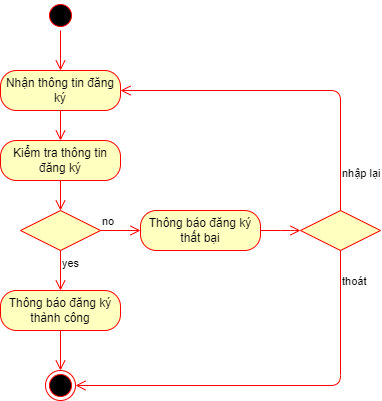
The draw.io diagram DA_II/drawio/activity/logup.png in toroieno/HUST, before a commit. Source tidied: cells renumbered, new cells last; positions are measured from the earlier drawing's top-left corner, leaving out a move shared by most shapes.
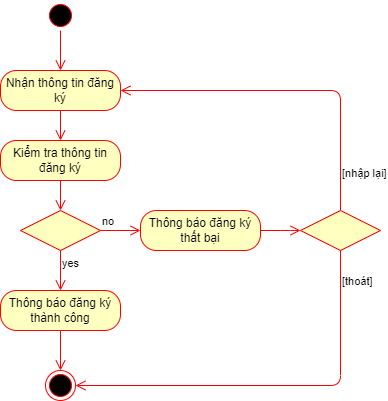
The same file after the commit.

Change to the diagram source:
```diff
@@ -52,14 +52,14 @@
     <mxCell id="16" style="rhombus;whiteSpace=wrap;html=1;fillColor=#ffffc0;strokeColor=#ff0000;" parent="1" vertex="1">
       <mxGeometry x="300" y="210" width="80" height="40" as="geometry" />
     </mxCell>
-    <mxCell id="17" value="thoát" style="edgeStyle=orthogonalEdgeStyle;html=1;align=left;verticalAlign=bottom;endArrow=open;endSize=8;strokeColor=#ff0000;entryX=1;entryY=0.5;entryDx=0;entryDy=0;" parent="1" edge="1" source="16" target="4">
+    <mxCell id="17" value="[thoát]" style="edgeStyle=orthogonalEdgeStyle;html=1;align=left;verticalAlign=bottom;endArrow=open;endSize=8;strokeColor=#ff0000;entryX=1;entryY=0.5;entryDx=0;entryDy=0;" parent="1" edge="1" source="16" target="4">
       <mxGeometry x="-0.8" relative="1" as="geometry">
         <Array as="points">
           <mxPoint x="340" y="385" />
         </Array>
       </mxGeometry>
     </mxCell>
-    <mxCell id="18" value="nhập lại" style="edgeStyle=orthogonalEdgeStyle;html=1;align=left;verticalAlign=top;endArrow=open;endSize=8;strokeColor=#ff0000;entryX=1;entryY=0.5;entryDx=0;entryDy=0;" parent="1" edge="1" source="16" target="5">
+    <mxCell id="18" value="[nhập lại]" style="edgeStyle=orthogonalEdgeStyle;html=1;align=left;verticalAlign=top;endArrow=open;endSize=8;strokeColor=#ff0000;entryX=1;entryY=0.5;entryDx=0;entryDy=0;" parent="1" edge="1" source="16" target="5">
       <mxGeometry x="-0.71" relative="1" as="geometry">
         <Array as="points">
           <mxPoint x="340" y="90" />
```
